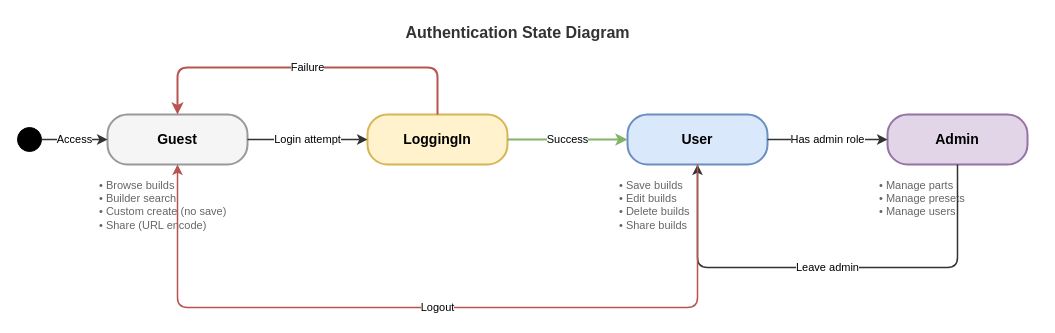
Earlier version of the draw.io diagram docs/diagrams/auth-state-diagram.drawio (kosei-w90607/RigLab). Source tidied: cells renumbered, new cells numbered last; positions are measured from the earlier drawing's top-left corner, leaving out a move shared by most shapes. Both pictures are drawn from the tidied source at 100%, with x=0, y=0 at pixel (17, 17).
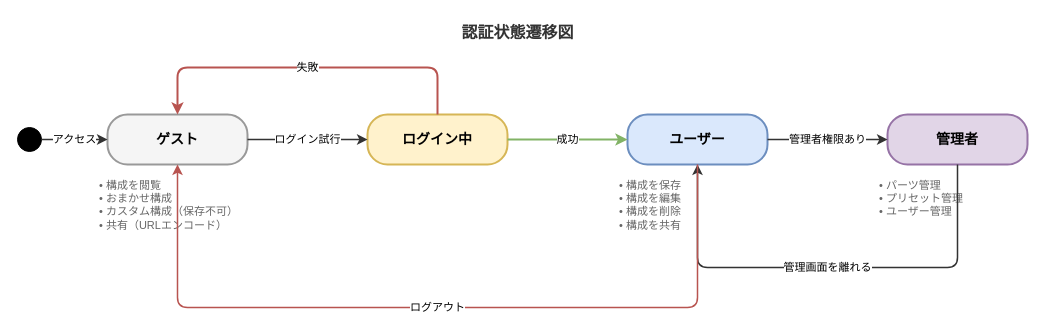
After the change.

Unchanged cells that the change refers to:
```xml
<mxCell id="2" style="ellipse;fillColor=#000;strokeColor=#000;" parent="1" vertex="1">
  <mxGeometry y="110" width="24" height="24" as="geometry" />
</mxCell>
```

Change to the diagram source:
```diff
@@
-    <mxCell id="3" value="Guest" style="rounded=1;whiteSpace=wrap;html=1;arcSize=40;fillColor=#f5f5f5;strokeColor=#999999;strokeWidth=2;fontSize=14;fontStyle=1;" parent="1" vertex="1">
+    <mxCell id="3" value="ゲスト" style="rounded=1;whiteSpace=wrap;html=1;arcSize=40;fillColor=#f5f5f5;strokeColor=#999999;strokeWidth=2;fontSize=14;fontStyle=1;" parent="1" vertex="1">
       <mxGeometry x="90" y="97" width="140" height="50" as="geometry" />
     </mxCell>
-    <mxCell id="4" value="&amp;bull; Browse builds&#10;&amp;bull; Builder search&#10;&amp;bull; Custom create (no save)&#10;&amp;bull; Share (URL encode)" style="text;html=1;align=left;verticalAlign=top;fontSize=11;fontColor=#666;whiteSpace=wrap;" parent="1" vertex="1">
+    <mxCell id="4" value="&amp;bull; 構成を閲覧&#10;&amp;bull; おまかせ構成&#10;&amp;bull; カスタム構成（保存不可）&#10;&amp;bull; 共有（URLエンコード）" style="text;html=1;align=left;verticalAlign=top;fontSize=11;fontColor=#666;whiteSpace=wrap;" parent="1" vertex="1">
       <mxGeometry x="80" y="155" width="160" height="75" as="geometry" />
     </mxCell>
-    <mxCell id="5" value="LoggingIn" style="rounded=1;whiteSpace=wrap;html=1;arcSize=40;fillColor=#fff2cc;strokeColor=#d6b656;strokeWidth=2;fontSize=14;fontStyle=1;" parent="1" vertex="1">
+    <mxCell id="5" value="ログイン中" style="rounded=1;whiteSpace=wrap;html=1;arcSize=40;fillColor=#fff2cc;strokeColor=#d6b656;strokeWidth=2;fontSize=14;fontStyle=1;" parent="1" vertex="1">
       <mxGeometry x="350" y="97" width="140" height="50" as="geometry" />
     </mxCell>
-    <mxCell id="6" value="User" style="rounded=1;whiteSpace=wrap;html=1;arcSize=40;fillColor=#dae8fc;strokeColor=#6c8ebf;strokeWidth=2;fontSize=14;fontStyle=1;" parent="1" vertex="1">
+    <mxCell id="6" value="ユーザー" style="rounded=1;whiteSpace=wrap;html=1;arcSize=40;fillColor=#dae8fc;strokeColor=#6c8ebf;strokeWidth=2;fontSize=14;fontStyle=1;" parent="1" vertex="1">
       <mxGeometry x="610" y="97" width="140" height="50" as="geometry" />
     </mxCell>
-    <mxCell id="7" value="&amp;bull; Save builds&#10;&amp;bull; Edit builds&#10;&amp;bull; Delete builds&#10;&amp;bull; Share builds" style="text;html=1;align=left;verticalAlign=top;fontSize=11;fontColor=#666;whiteSpace=wrap;" parent="1" vertex="1">
+    <mxCell id="7" value="&amp;bull; 構成を保存&#10;&amp;bull; 構成を編集&#10;&amp;bull; 構成を削除&#10;&amp;bull; 構成を共有" style="text;html=1;align=left;verticalAlign=top;fontSize=11;fontColor=#666;whiteSpace=wrap;" parent="1" vertex="1">
       <mxGeometry x="600" y="155" width="160" height="75" as="geometry" />
     </mxCell>
-    <mxCell id="8" value="Admin" style="rounded=1;whiteSpace=wrap;html=1;arcSize=40;fillColor=#e1d5e7;strokeColor=#9673a6;strokeWidth=2;fontSize=14;fontStyle=1;" parent="1" vertex="1">
+    <mxCell id="8" value="管理者" style="rounded=1;whiteSpace=wrap;html=1;arcSize=40;fillColor=#e1d5e7;strokeColor=#9673a6;strokeWidth=2;fontSize=14;fontStyle=1;" parent="1" vertex="1">
       <mxGeometry x="870" y="97" width="140" height="50" as="geometry" />
     </mxCell>
-    <mxCell id="9" value="&amp;bull; Manage parts&#10;&amp;bull; Manage presets&#10;&amp;bull; Manage users" style="text;html=1;align=left;verticalAlign=top;fontSize=11;fontColor=#666;whiteSpace=wrap;" parent="1" vertex="1">
+    <mxCell id="9" value="&amp;bull; パーツ管理&#10;&amp;bull; プリセット管理&#10;&amp;bull; ユーザー管理" style="text;html=1;align=left;verticalAlign=top;fontSize=11;fontColor=#666;whiteSpace=wrap;" parent="1" vertex="1">
       <mxGeometry x="860" y="155" width="160" height="60" as="geometry" />
     </mxCell>
-    <mxCell id="10" value="Access" style="edgeStyle=orthogonalEdgeStyle;html=1;rounded=1;strokeColor=#333;strokeWidth=1.5;fontSize=11;exitX=1;exitY=0.5;entryX=0;entryY=0.5;" parent="1" edge="1" source="2" target="3">
+    <mxCell id="10" value="アクセス" style="edgeStyle=orthogonalEdgeStyle;html=1;rounded=1;strokeColor=#333;strokeWidth=1.5;fontSize=11;exitX=1;exitY=0.5;entryX=0;entryY=0.5;" parent="1" edge="1" source="2" target="3">
       <mxGeometry relative="1" as="geometry" />
     </mxCell>
-    <mxCell id="11" value="Login attempt" style="edgeStyle=orthogonalEdgeStyle;html=1;rounded=1;strokeColor=#333;strokeWidth=1.5;fontSize=11;exitX=1;exitY=0.5;entryX=0;entryY=0.5;" parent="1" edge="1" source="3" target="5">
+    <mxCell id="11" value="ログイン試行" style="edgeStyle=orthogonalEdgeStyle;html=1;rounded=1;strokeColor=#333;strokeWidth=1.5;fontSize=11;exitX=1;exitY=0.5;entryX=0;entryY=0.5;" parent="1" edge="1" source="3" target="5">
       <mxGeometry relative="1" as="geometry" />
     </mxCell>
-    <mxCell id="12" value="Success" style="edgeStyle=orthogonalEdgeStyle;html=1;rounded=1;strokeColor=#82b366;strokeWidth=2;fontSize=11;exitX=1;exitY=0.5;entryX=0;entryY=0.5;" parent="1" edge="1" source="5" target="6">
+    <mxCell id="12" value="成功" style="edgeStyle=orthogonalEdgeStyle;html=1;rounded=1;strokeColor=#82b366;strokeWidth=2;fontSize=11;exitX=1;exitY=0.5;entryX=0;entryY=0.5;" parent="1" edge="1" source="5" target="6">
       <mxGeometry relative="1" as="geometry" />
     </mxCell>
-    <mxCell id="13" value="Failure" style="edgeStyle=orthogonalEdgeStyle;html=1;rounded=1;strokeColor=#b85450;strokeWidth=2;fontSize=11;exitX=0.5;exitY=0;entryX=0.5;entryY=0;" parent="1" edge="1" source="5" target="3">
+    <mxCell id="13" value="失敗" style="edgeStyle=orthogonalEdgeStyle;html=1;rounded=1;strokeColor=#b85450;strokeWidth=2;fontSize=11;exitX=0.5;exitY=0;entryX=0.5;entryY=0;" parent="1" edge="1" source="5" target="3">
       <mxGeometry relative="1" as="geometry">
         <Array as="points">
           <mxPoint x="420" y="50" />
           <mxPoint x="160" y="50" />
         </Array>
       </mxGeometry>
     </mxCell>
-    <mxCell id="14" value="Has admin role" style="edgeStyle=orthogonalEdgeStyle;html=1;rounded=1;strokeColor=#333;strokeWidth=1.5;fontSize=11;exitX=1;exitY=0.5;entryX=0;entryY=0.5;" parent="1" edge="1" source="6" target="8">
+    <mxCell id="14" value="管理者権限あり" style="edgeStyle=orthogonalEdgeStyle;html=1;rounded=1;strokeColor=#333;strokeWidth=1.5;fontSize=11;exitX=1;exitY=0.5;entryX=0;entryY=0.5;" parent="1" edge="1" source="6" target="8">
       <mxGeometry relative="1" as="geometry" />
     </mxCell>
-    <mxCell id="15" value="Leave admin" style="edgeStyle=orthogonalEdgeStyle;html=1;rounded=1;strokeColor=#333;strokeWidth=1.5;fontSize=11;exitX=0.5;exitY=1;entryX=0.5;entryY=1;" parent="1" edge="1" source="8" target="6">
+    <mxCell id="15" value="管理画面を離れる" style="edgeStyle=orthogonalEdgeStyle;html=1;rounded=1;strokeColor=#333;strokeWidth=1.5;fontSize=11;exitX=0.5;exitY=1;entryX=0.5;entryY=1;" parent="1" edge="1" source="8" target="6">
       <mxGeometry relative="1" as="geometry">
         <Array as="points">
           <mxPoint x="940" y="250" />
           <mxPoint x="680" y="250" />
         </Array>
       </mxGeometry>
     </mxCell>
-    <mxCell id="16" value="Logout" style="edgeStyle=orthogonalEdgeStyle;html=1;rounded=1;strokeColor=#b85450;strokeWidth=1.5;fontSize=11;exitX=0.5;exitY=1;entryX=0.5;entryY=1;" parent="1" edge="1" source="6" target="3">
+    <mxCell id="16" value="ログアウト" style="edgeStyle=orthogonalEdgeStyle;html=1;rounded=1;strokeColor=#b85450;strokeWidth=1.5;fontSize=11;exitX=0.5;exitY=1;entryX=0.5;entryY=1;" parent="1" edge="1" source="6" target="3">
       <mxGeometry relative="1" as="geometry">
         <Array as="points">
           <mxPoint x="680" y="290" />
           <mxPoint x="160" y="290" />
         </Array>
       </mxGeometry>
     </mxCell>
-    <mxCell id="17" value="Authentication State Diagram" style="text;html=1;align=center;verticalAlign=middle;fontSize=16;fontStyle=1;fontColor=#333;" parent="1" vertex="1">
+    <mxCell id="17" value="認証状態遷移図" style="text;html=1;align=center;verticalAlign=middle;fontSize=16;fontStyle=1;fontColor=#333;" parent="1" vertex="1">
       <mxGeometry x="350" width="300" height="30" as="geometry" />
     </mxCell>
```
